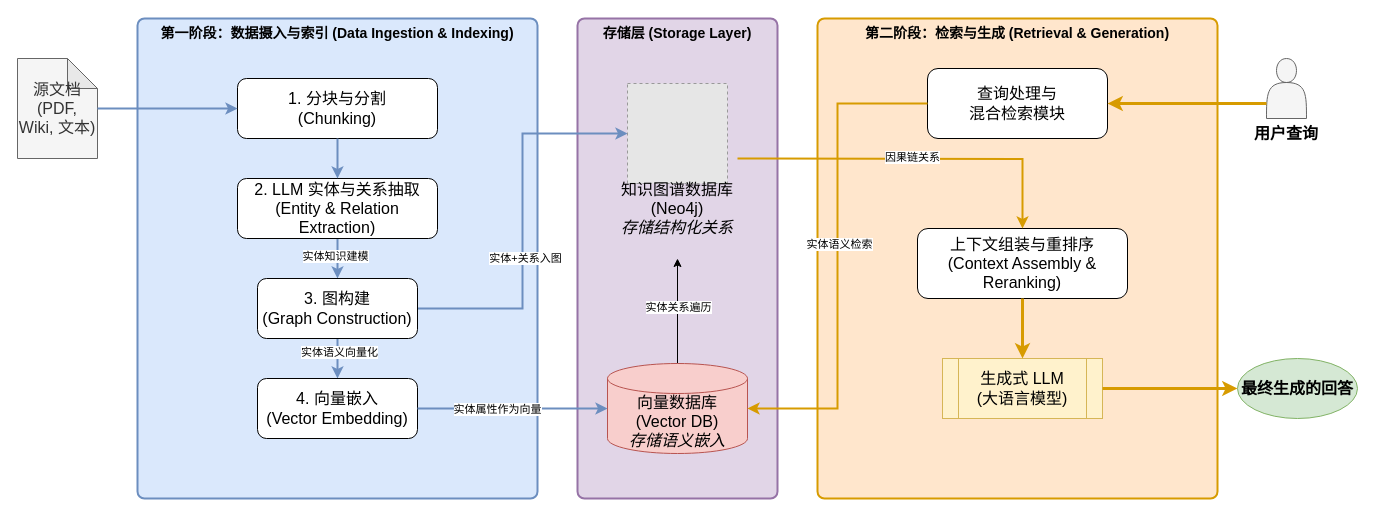
729973389/picture keeps this draw.io diagram as graphrag.drawio. Above is the earlier version. Source tidied: cells renumbered, new cells numbered last; positions are measured from the earlier drawing's top-left corner, leaving out a move shared by most shapes. Both pictures are drawn from the tidied source at 100%, with x=0, y=0 at pixel (17, 18). Pictures stored in the file or linked from it are replaced by grey dashed boxes.
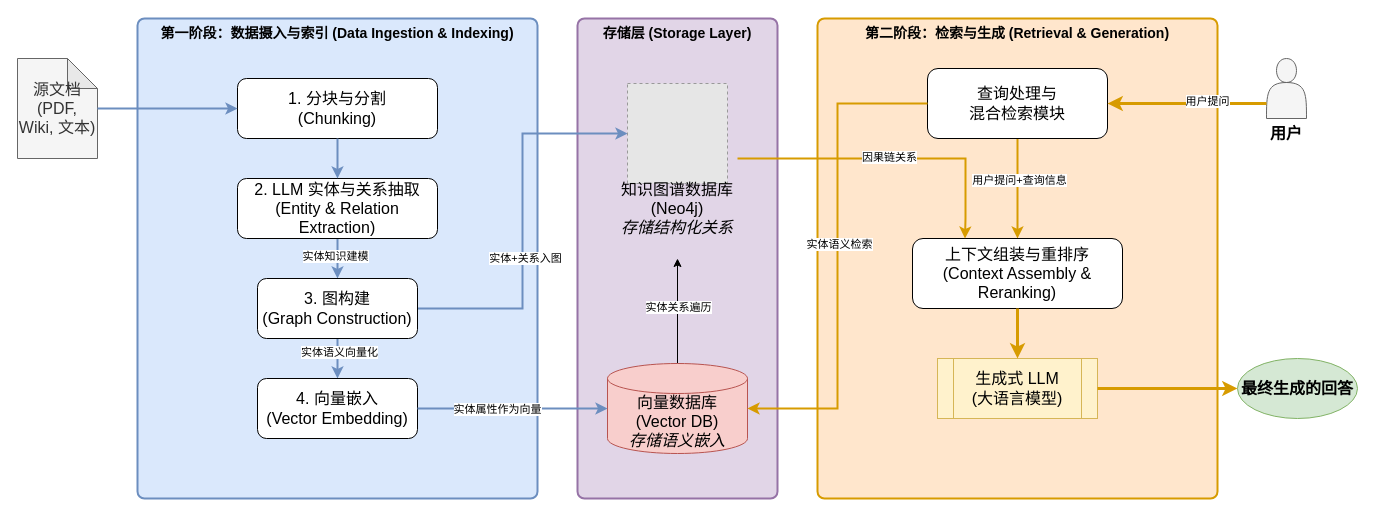
Above is the later version.

The change refers to these unchanged cells:
```xml
<mxCell id="20" value="查询处理与&lt;br&gt;混合检索模块" style="rounded=1;whiteSpace=wrap;html=1;fillColor=#ffffff;strokeColor=#000000;fontSize=16;" parent="1" vertex="1">
  <mxGeometry x="910" y="50" width="180" height="70" as="geometry" />
</mxCell>
<mxCell id="26" style="edgeStyle=orthogonalEdgeStyle;rounded=0;jettySize=auto;html=1;entryX=1;entryY=0.5;entryDx=0;entryDy=0;fillColor=#ffe6cc;strokeColor=#d79b00;strokeWidth=3;" parent="1" edge="1" source="19" target="20">
  <mxGeometry relative="1" as="geometry">
    <Array as="points">
      <mxPoint x="1210" y="85" />
      <mxPoint x="1210" y="85" />
    </Array>
  </mxGeometry>
</mxCell>
```

Change to the diagram source:
```diff
@@
+    <mxCell id="38" style="edgeStyle=orthogonalEdgeStyle;rounded=0;jettySize=auto;html=1;strokeWidth=2;strokeColor=light-dark(#d79b00, #ededed);entryX=0.5;entryY=0;entryDx=0;entryDy=0;" parent="1" edge="1" source="20" target="21">
+      <mxGeometry relative="1" as="geometry" />
+    </mxCell>
+    <mxCell id="39" value="用户提问+查询信息" style="edgeLabel;html=1;align=center;verticalAlign=middle;" parent="38" vertex="1">
+      <mxGeometry x="-0.19" y="1" relative="1" as="geometry" />
+    </mxCell>
@@
     <mxCell id="21" value="上下文组装与重排序&lt;br&gt;(Context Assembly &amp;amp; Reranking)" style="rounded=1;whiteSpace=wrap;html=1;fillColor=#ffffff;strokeColor=#000000;fontSize=16;" parent="1" vertex="1">
-      <mxGeometry x="900" y="210" width="210" height="70" as="geometry" />
+      <mxGeometry x="895" y="220" width="210" height="70" as="geometry" />
     </mxCell>
     <mxCell id="22" value="生成式 LLM&lt;br&gt;(大语言模型)" style="shape=process;whiteSpace=wrap;html=1;backgroundOutline=1;fillColor=#fff2cc;strokeColor=#d6b656;fontSize=16;" parent="1" vertex="1">
-      <mxGeometry x="925" y="340" width="160" height="60" as="geometry" />
+      <mxGeometry x="920" y="340" width="160" height="60" as="geometry" />
     </mxCell>
@@
+    <mxCell id="40" value="用户提问" style="edgeLabel;html=1;align=center;verticalAlign=middle;" parent="26" vertex="1">
+      <mxGeometry x="-0.24" y="-3" relative="1" as="geometry" />
+    </mxCell>
@@
-    <mxCell id="29" value="&lt;b&gt;&lt;font&gt;用户查询&lt;/font&gt;&lt;/b&gt;" style="text;html=1;whiteSpace=wrap;strokeColor=none;fillColor=none;align=center;verticalAlign=middle;rounded=0;fontSize=16;" parent="1" vertex="1">
+    <mxCell id="29" value="&lt;b&gt;&lt;font&gt;用户&lt;/font&gt;&lt;/b&gt;" style="text;html=1;whiteSpace=wrap;strokeColor=none;fillColor=none;align=center;verticalAlign=middle;rounded=0;fontSize=16;" parent="1" vertex="1">
       <mxGeometry x="1234" y="100" width="70" height="30" as="geometry" />
     </mxCell>
-    <mxCell id="30" style="edgeStyle=orthogonalEdgeStyle;rounded=0;jettySize=auto;html=1;entryX=0.5;entryY=0;entryDx=0;entryDy=0;strokeWidth=2;strokeColor=#D79B00;" parent="1" edge="1" target="21">
+    <mxCell id="30" style="edgeStyle=orthogonalEdgeStyle;rounded=0;jettySize=auto;html=1;strokeWidth=2;strokeColor=#D79B00;entryX=0.25;entryY=0;entryDx=0;entryDy=0;" parent="1" edge="1" target="21">
       <mxGeometry relative="1" as="geometry">
         <mxPoint x="720" y="140" as="sourcePoint" />
+        <Array as="points">
+          <mxPoint x="948" y="140" />
+          <mxPoint x="948" y="200" />
+        </Array>
       </mxGeometry>
     </mxCell>
```
